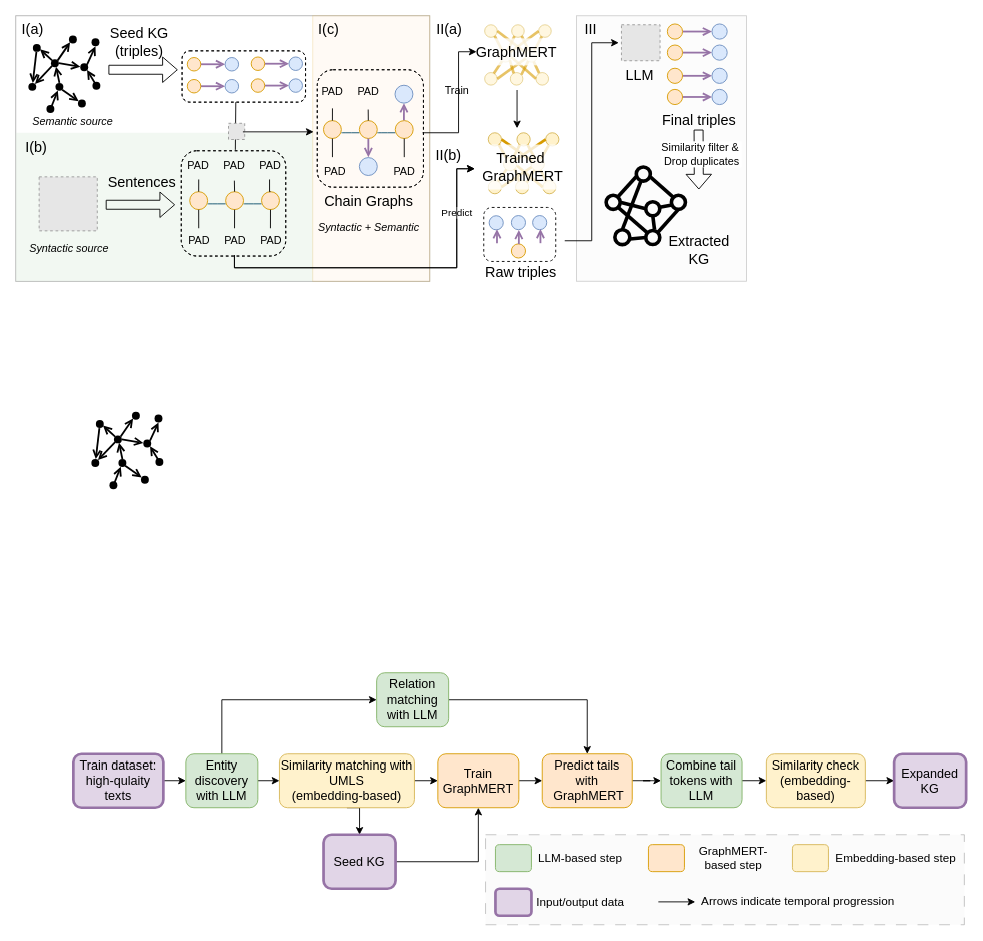
across-stars/draw.io keeps this draw.io diagram as page "methodology" (4 of 5) of presentations/pipeline.drawio. Above is the earlier version. Source tidied: cells renumbered, new cells numbered last; positions are measured from the earlier drawing's top-left corner, leaving out a move shared by most shapes. Both pictures are drawn from the tidied source at 90%, with x=0, y=0 at pixel (15, 15). Pictures stored in the file or linked from it are replaced by grey dashed boxes.
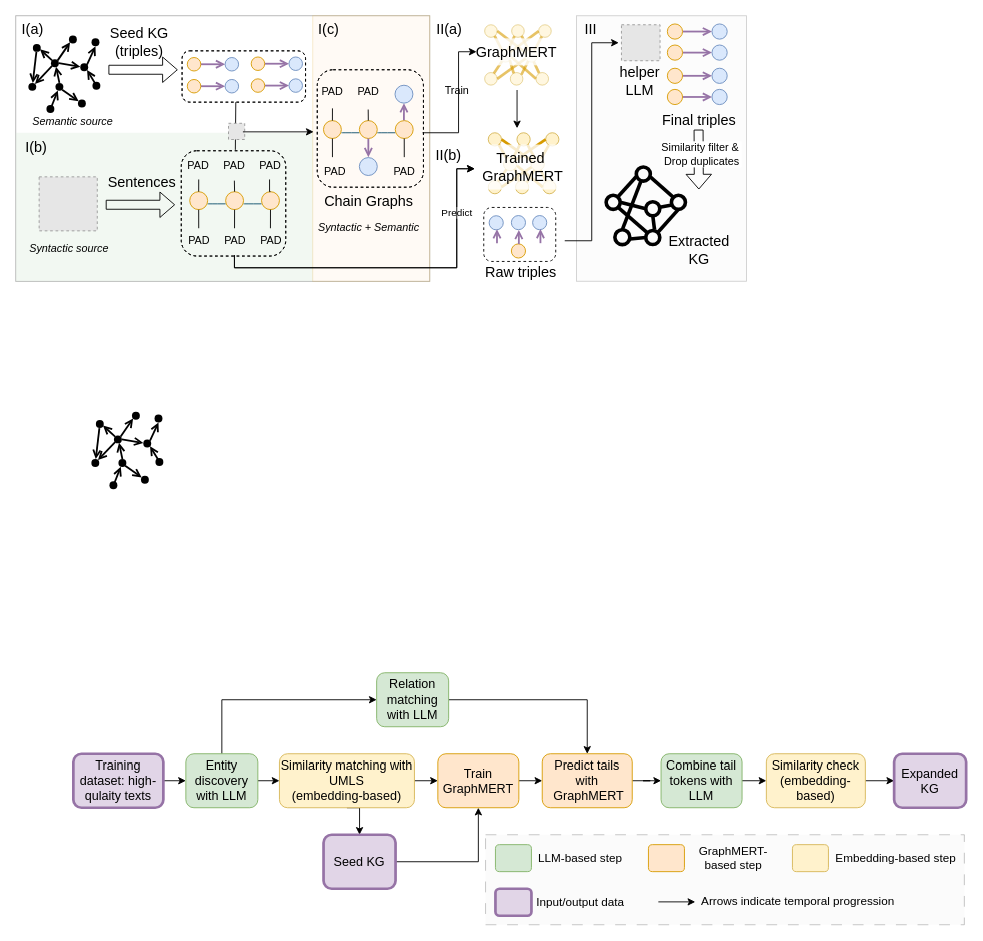
The same page after the edit.

What changed in the source:
```diff
@@
-    <mxCell id="30" value="&lt;font style=&quot;font-size: 14px;&quot;&gt;Train dataset: high-qulaity texts&lt;/font&gt;" style="rounded=1;whiteSpace=wrap;html=1;fillColor=#e1d5e7;strokeColor=#9673a6;strokeWidth=3;" parent="1" vertex="1">
+    <mxCell id="30" value="&lt;font style=&quot;font-size: 14px;&quot;&gt;Training dataset: high-qulaity texts&lt;/font&gt;" style="rounded=1;whiteSpace=wrap;html=1;fillColor=#e1d5e7;strokeColor=#9673a6;strokeWidth=3;" parent="1" vertex="1">
       <mxGeometry x="64" y="820" width="100" height="60" as="geometry" />
     </mxCell>
@@
-    <mxCell id="250" value="&lt;font style=&quot;font-size: 16px;&quot;&gt;LLM&lt;/font&gt;" style="text;html=1;align=center;verticalAlign=middle;strokeColor=none;fillColor=none;fontFamily=Helvetica;fontSize=11;fontColor=default;labelBackgroundColor=none;" parent="239" vertex="1">
-      <mxGeometry x="668" y="51" width="50" height="30" as="geometry" />
+    <mxCell id="250" value="&lt;div&gt;&lt;font style=&quot;font-size: 16px;&quot;&gt;helper&lt;/font&gt;&lt;/div&gt;&lt;font style=&quot;font-size: 16px;&quot;&gt;LLM&lt;/font&gt;" style="text;html=1;align=center;verticalAlign=middle;strokeColor=none;fillColor=none;fontFamily=Helvetica;fontSize=11;fontColor=default;labelBackgroundColor=none;" parent="239" vertex="1">
+      <mxGeometry x="658" y="48" width="70" height="50" as="geometry" />
     </mxCell>
```
